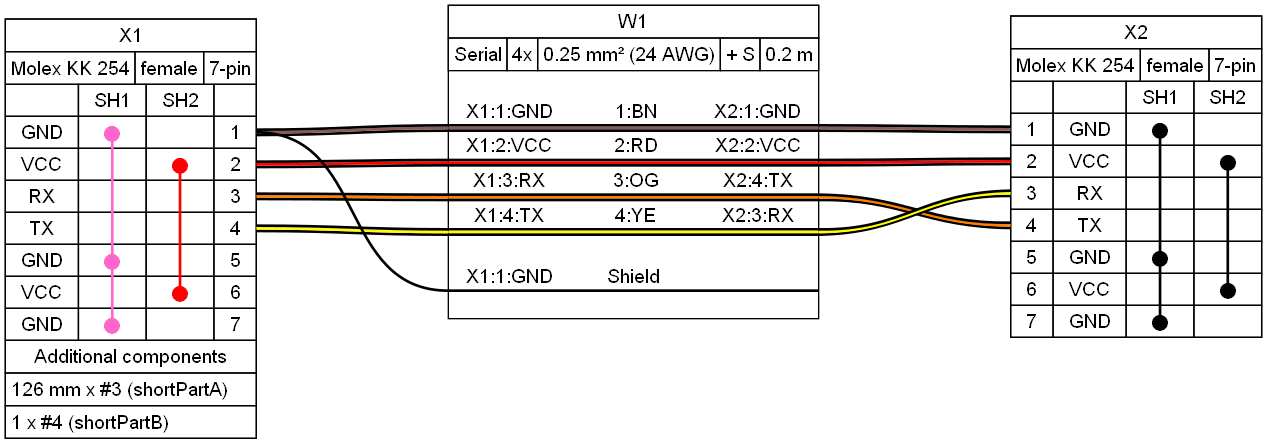
wireviz/WireViz keeps this Graphviz diagram as examples/ex15.png. Above is the earlier version. Its source is kept beside it as examples/ex15.gv.
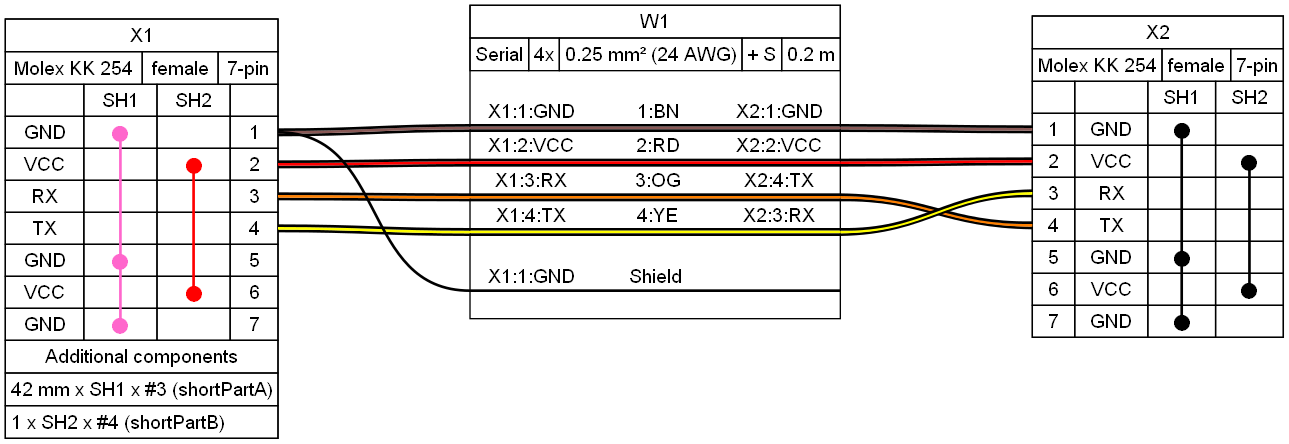
Above is the later version.

Diff of the diagram source:
```diff
@@ -81,12 +81,12 @@
  </td></tr>
  <tr><td>
   <table border="0" cellspacing="0" cellpadding="3" cellborder="1"><tr>
-   <td align="left" balign="left">126 mm x #3 (shortPartA)</td>
+   <td align="left" balign="left">42 mm x SH1 x #3 (shortPartA)</td>
   </tr></table>
  </td></tr>
  <tr><td>
   <table border="0" cellspacing="0" cellpadding="3" cellborder="1"><tr>
-   <td align="left" balign="left">1 x #4 (shortPartB)</td>
+   <td align="left" balign="left">1 x SH2 x #4 (shortPartB)</td>
   </tr></table>
  </td></tr>
 </table>
```
